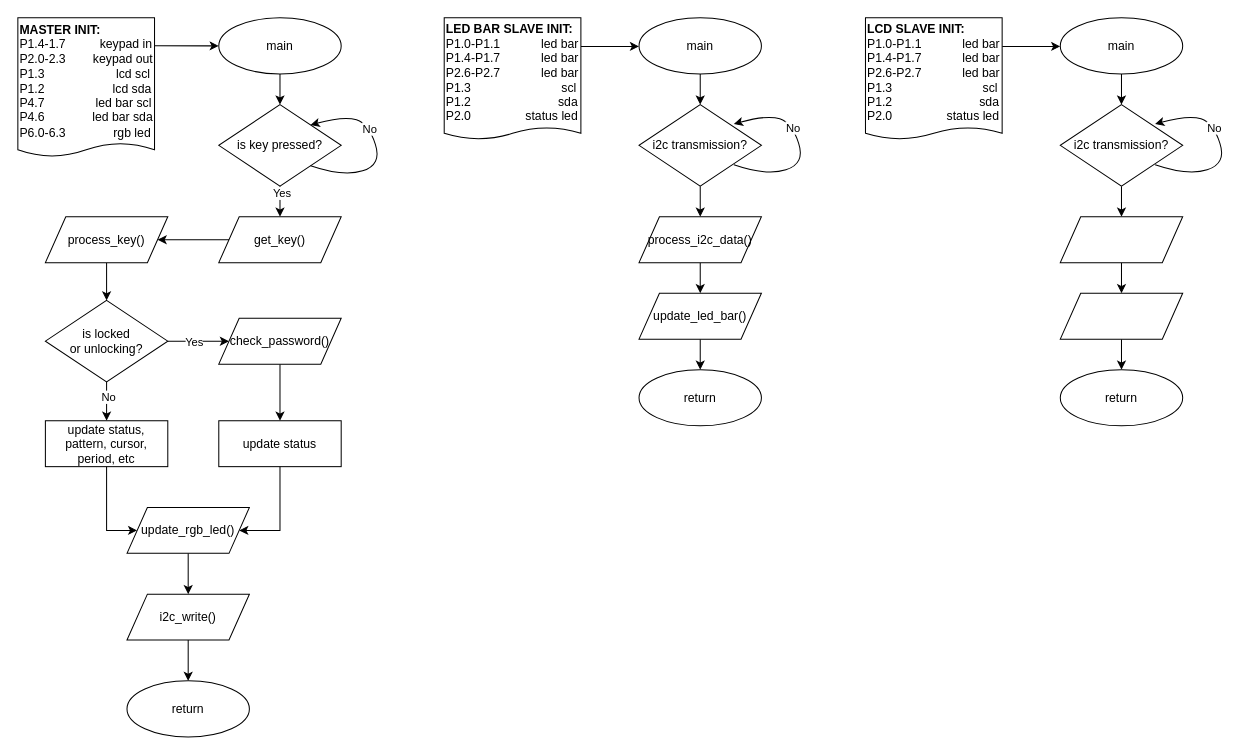
The draw.io diagram docs/project4_flowcharts.drawio in msu-eele-465/project4-jay-kyle, before the edit. Source tidied: cells renumbered, new cells numbered last; positions are measured from the earlier drawing's top-left corner, leaving out a move shared by most shapes. Both pictures are drawn from the tidied source at 102%, with x=0, y=0 at pixel (17, 17).
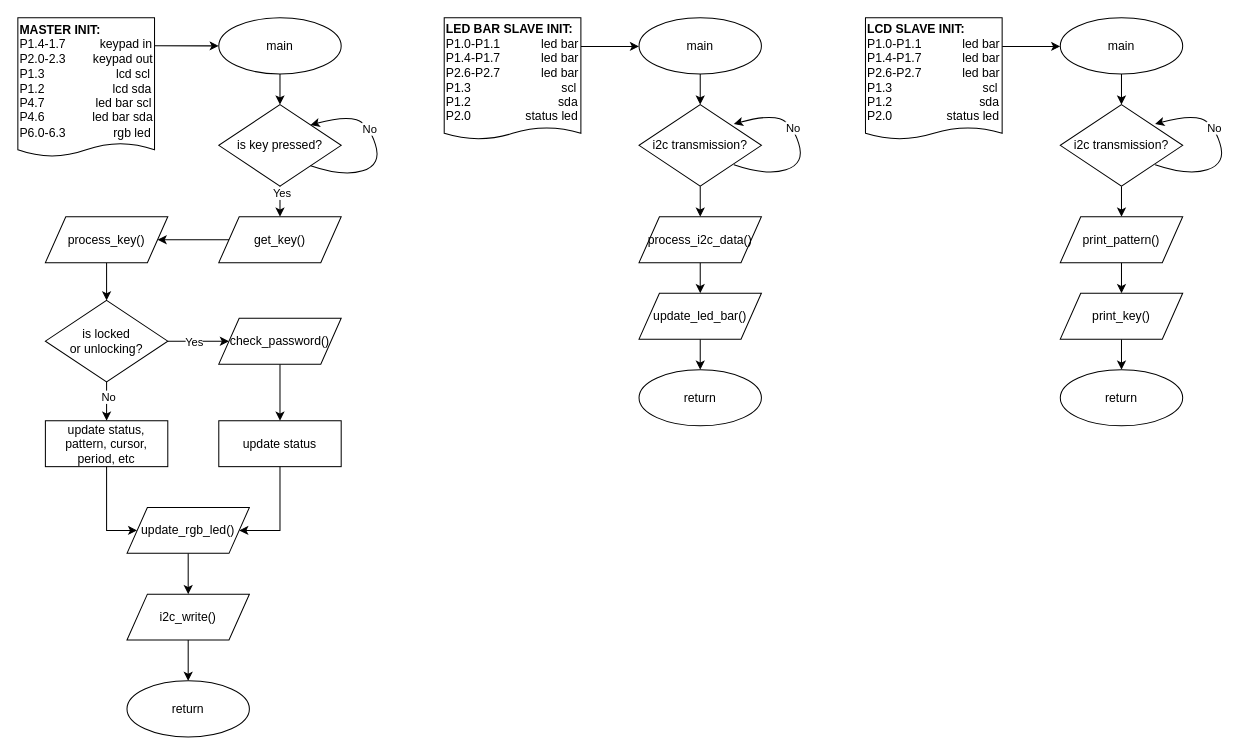
The same diagram, later.

The edit, as a diff of the source:
```diff
@@
-    <mxCell id="53" style="shape=parallelogram;perimeter=parallelogramPerimeter;whiteSpace=wrap;html=1;fixedSize=1;" parent="1" vertex="1">
+    <mxCell id="53" value="print_pattern()" style="shape=parallelogram;perimeter=parallelogramPerimeter;whiteSpace=wrap;html=1;fixedSize=1;" parent="1" vertex="1">
       <mxGeometry x="1022" y="195" width="120" height="45" as="geometry" />
     </mxCell>
@@
-    <mxCell id="55" style="shape=parallelogram;perimeter=parallelogramPerimeter;whiteSpace=wrap;html=1;fixedSize=1;" parent="1" vertex="1">
+    <mxCell id="55" value="print_key()" style="shape=parallelogram;perimeter=parallelogramPerimeter;whiteSpace=wrap;html=1;fixedSize=1;" parent="1" vertex="1">
       <mxGeometry x="1022" y="270" width="120" height="45" as="geometry" />
     </mxCell>
```
